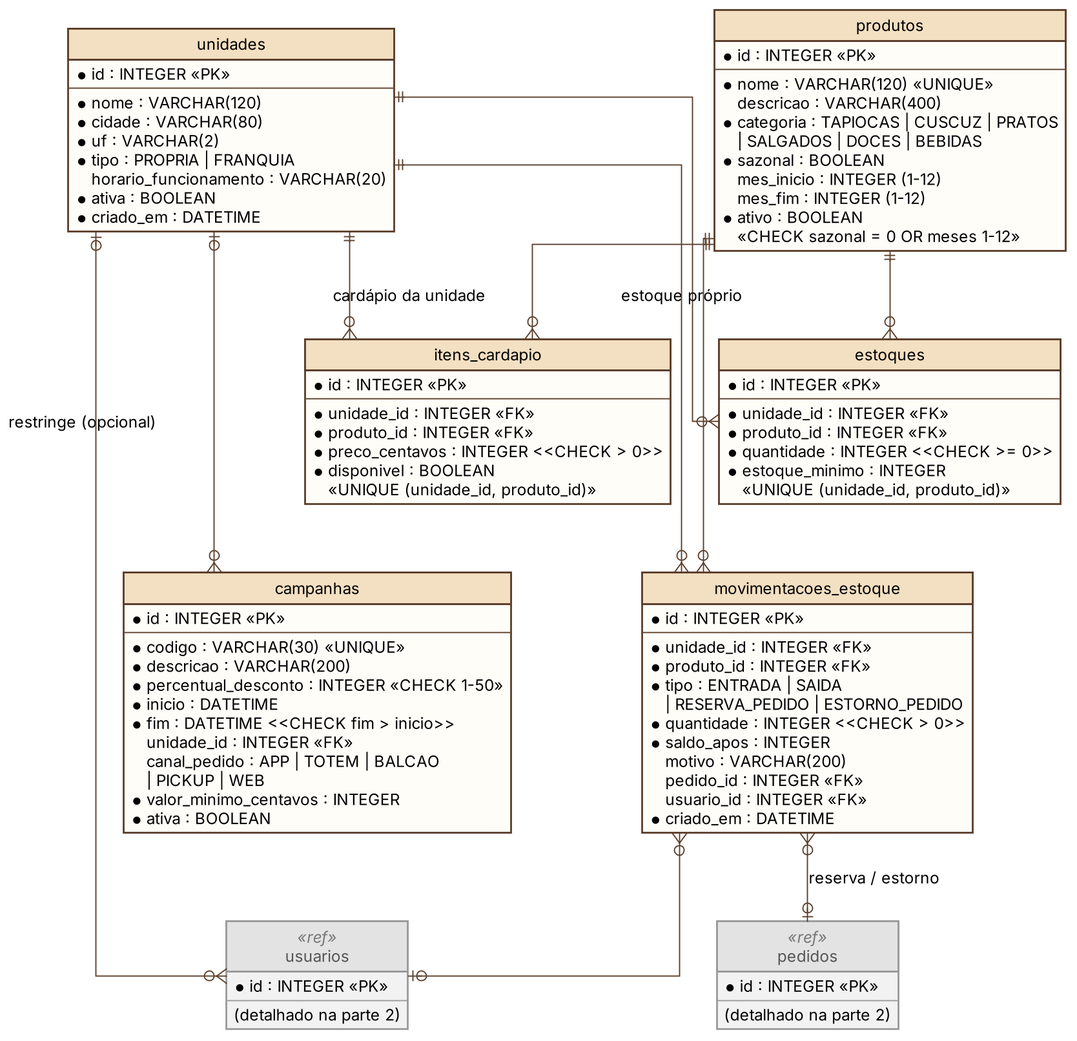
Before: docs/diagramas/02a-der-catalogo-estoque.png, a diagram exported from PlantUML (alves-jp/raizes-do-nordeste-api). Its source is kept beside it as docs/diagramas/02a-der-catalogo-estoque.puml. Source of this version:
```plantuml
@startuml 02a-der-catalogo-estoque
hide circle
skinparam linetype ortho
skinparam shadowing false
skinparam defaultFontName Arial
skinparam defaultFontSize 13
skinparam nodesep 40
skinparam ranksep 55
skinparam class {
  BackgroundColor #FFFDF8
  BorderColor #5A3E2B
  ArrowColor #5A3E2B
  HeaderBackgroundColor #F3DFC1
  BackgroundColor<<ref>> #F2F2F2
  BorderColor<<ref>> #9A9A9A
  HeaderBackgroundColor<<ref>> #E3E3E3
  FontColor<<ref>> #555555
  StereotypeFontColor<<ref>> #777777
}

entity "unidades" as unidades {
  * id : INTEGER <<PK>>
  --
  * nome : VARCHAR(120)
  * cidade : VARCHAR(80)
  * uf : VARCHAR(2)
  * tipo : PROPRIA | FRANQUIA
  horario_funcionamento : VARCHAR(20)
  * ativa : BOOLEAN
  * criado_em : DATETIME
}

entity "produtos" as produtos {
  * id : INTEGER <<PK>>
  --
  * nome : VARCHAR(120) <<UNIQUE>>
  descricao : VARCHAR(400)
  * categoria : TAPIOCAS | CUSCUZ | PRATOS
    | SALGADOS | DOCES | BEBIDAS
  * sazonal : BOOLEAN
  mes_inicio : INTEGER (1–12)
  mes_fim : INTEGER (1–12)
  * ativo : BOOLEAN
  <<CHECK sazonal = 0 OR meses 1–12>>
}

entity "itens_cardapio" as cardapio {
  * id : INTEGER <<PK>>
  --
  * unidade_id : INTEGER <<FK>>
  * produto_id : INTEGER <<FK>>
  * preco_centavos : INTEGER <<CHECK > 0>>
  * disponivel : BOOLEAN
  <<UNIQUE (unidade_id, produto_id)>>
}

entity "estoques" as estoques {
  * id : INTEGER <<PK>>
  --
  * unidade_id : INTEGER <<FK>>
  * produto_id : INTEGER <<FK>>
  * quantidade : INTEGER <<CHECK >= 0>>
  * estoque_minimo : INTEGER
  <<UNIQUE (unidade_id, produto_id)>>
}

entity "movimentacoes_estoque" as movs {
  * id : INTEGER <<PK>>
  --
  * unidade_id : INTEGER <<FK>>
  * produto_id : INTEGER <<FK>>
  * tipo : ENTRADA | SAIDA
    | RESERVA_PEDIDO | ESTORNO_PEDIDO
  * quantidade : INTEGER <<CHECK > 0>>
  * saldo_apos : INTEGER
  motivo : VARCHAR(200)
  pedido_id : INTEGER <<FK>>
  usuario_id : INTEGER <<FK>>
  * criado_em : DATETIME
}

entity "campanhas" as campanhas {
  * id : INTEGER <<PK>>
  --
  * codigo : VARCHAR(30) <<UNIQUE>>
  * descricao : VARCHAR(200)
  * percentual_desconto : INTEGER <<CHECK 1–50>>
  * inicio : DATETIME
  * fim : DATETIME <<CHECK fim > inicio>>
  unidade_id : INTEGER <<FK>>
  canal_pedido : APP | TOTEM | BALCAO
    | PICKUP | WEB
  * valor_minimo_centavos : INTEGER
  * ativa : BOOLEAN
}

entity "usuarios" as usuarios <<ref>> {
  * id : INTEGER <<PK>>
  --
  (detalhado na parte 2)
}

entity "pedidos" as pedidos <<ref>> {
  * id : INTEGER <<PK>>
  --
  (detalhado na parte 2)
}

unidades ||--o{ cardapio : "cardápio da unidade"
produtos ||--o{ cardapio
unidades ||--o{ estoques : "estoque próprio"
produtos ||--o{ estoques
unidades ||--o{ movs
produtos ||--o{ movs
unidades |o--o{ campanhas : "restringe (opcional)"
unidades |o--o{ usuarios
movs }o--o| pedidos : "reserva / estorno"
movs }o--o| usuarios

cardapio -[hidden]down-> campanhas
estoques -[hidden]down-> movs
campanhas -[hidden]down-> usuarios
@enduml
```
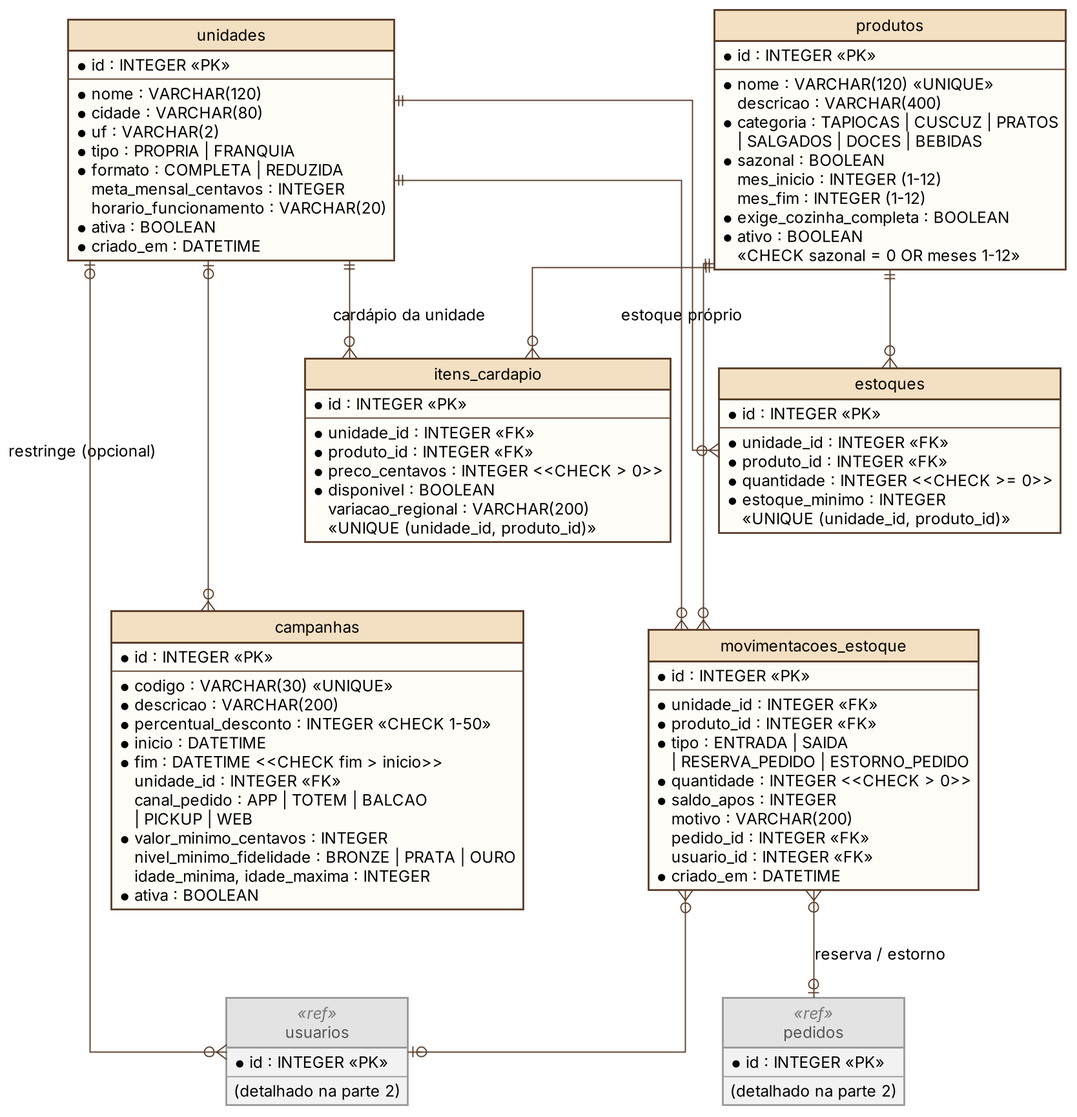
After the commit.

The edit, as a diff of the source:
```diff
@@ -25,6 +25,8 @@
   * cidade : VARCHAR(80)
   * uf : VARCHAR(2)
   * tipo : PROPRIA | FRANQUIA
+  * formato : COMPLETA | REDUZIDA
+  meta_mensal_centavos : INTEGER
   horario_funcionamento : VARCHAR(20)
   * ativa : BOOLEAN
   * criado_em : DATETIME
@@ -40,6 +42,7 @@
   * sazonal : BOOLEAN
   mes_inicio : INTEGER (1–12)
   mes_fim : INTEGER (1–12)
+  * exige_cozinha_completa : BOOLEAN
   * ativo : BOOLEAN
   <<CHECK sazonal = 0 OR meses 1–12>>
 }
@@ -51,6 +54,7 @@
   * produto_id : INTEGER <<FK>>
   * preco_centavos : INTEGER <<CHECK > 0>>
   * disponivel : BOOLEAN
+  variacao_regional : VARCHAR(200)
   <<UNIQUE (unidade_id, produto_id)>>
 }
 
@@ -91,6 +95,8 @@
   canal_pedido : APP | TOTEM | BALCAO
     | PICKUP | WEB
   * valor_minimo_centavos : INTEGER
+  nivel_minimo_fidelidade : BRONZE | PRATA | OURO
+  idade_minima, idade_maxima : INTEGER
   * ativa : BOOLEAN
 }
 
```
